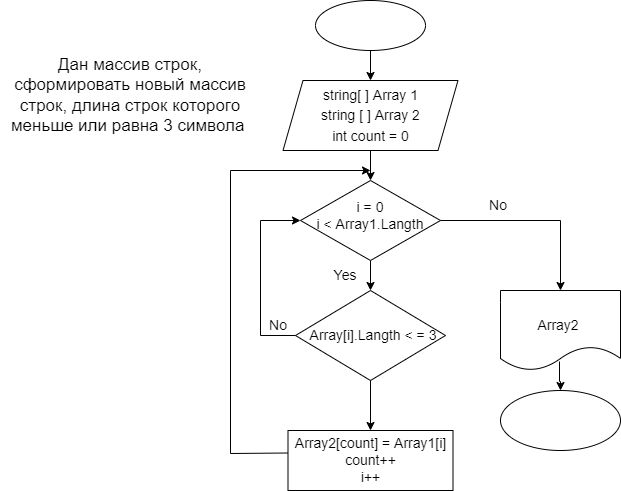
Above: Control_work.png in polinka29/Control_work (draw.io), before the change. Source tidied: cells renumbered, new cells last; positions are measured from the earlier drawing's top-left corner, leaving out a move shared by most shapes.
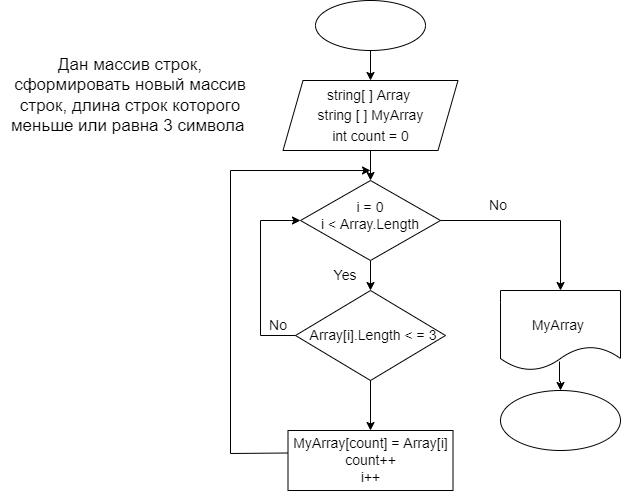
The same diagram one commit later.

Commit message:
Блок схема

What changed in the source:
```diff
@@ -22,7 +22,7 @@
     <mxCell id="7" style="shape=parallelogram;perimeter=parallelogramPerimeter;whiteSpace=wrap;html=1;fixedSize=1;fontSize=17;" parent="1" vertex="1">
       <mxGeometry x="282.5" y="80" width="175" height="70" as="geometry" />
     </mxCell>
-    <mxCell id="8" value="&lt;font style=&quot;font-size: 14px;&quot;&gt;string[ ] Array 1&lt;br&gt;string [ ] Array 2&lt;br&gt;int count = 0&lt;/font&gt;" style="text;html=1;strokeColor=none;fillColor=none;align=center;verticalAlign=middle;whiteSpace=wrap;rounded=0;fontSize=17;" parent="1" vertex="1">
+    <mxCell id="8" value="&lt;font style=&quot;font-size: 14px;&quot;&gt;string[ ] Array &lt;br&gt;string [ ] MyArray&lt;br&gt;int count = 0&lt;/font&gt;" style="text;html=1;strokeColor=none;fillColor=none;align=center;verticalAlign=middle;whiteSpace=wrap;rounded=0;fontSize=17;" parent="1" vertex="1">
       <mxGeometry x="307.5" y="100" width="125" height="30" as="geometry" />
     </mxCell>
     <mxCell id="9" style="edgeStyle=orthogonalEdgeStyle;rounded=0;jettySize=auto;html=1;fontSize=14;" parent="1" edge="1" source="10" target="13">
@@ -31,7 +31,7 @@
     <mxCell id="10" style="rhombus;whiteSpace=wrap;html=1;fontSize=14;" parent="1" vertex="1">
       <mxGeometry x="300" y="180" width="140" height="80" as="geometry" />
     </mxCell>
-    <mxCell id="11" value="i = 0&lt;br&gt;i &amp;lt; Array1.Langth" style="text;html=1;strokeColor=none;fillColor=none;align=center;verticalAlign=middle;whiteSpace=wrap;rounded=0;fontSize=14;" parent="1" vertex="1">
+    <mxCell id="11" value="i = 0&lt;br&gt;i &amp;lt; Array.Length" style="text;html=1;strokeColor=none;fillColor=none;align=center;verticalAlign=middle;whiteSpace=wrap;rounded=0;fontSize=14;" parent="1" vertex="1">
       <mxGeometry x="315" y="200" width="110" height="30" as="geometry" />
     </mxCell>
     <mxCell id="12" style="edgeStyle=orthogonalEdgeStyle;rounded=0;jettySize=auto;html=1;fontSize=14;" parent="1" edge="1" source="13">
@@ -42,7 +42,7 @@
     <mxCell id="13" style="rhombus;whiteSpace=wrap;html=1;fontSize=14;" parent="1" vertex="1">
       <mxGeometry x="295" y="290" width="150" height="90" as="geometry" />
     </mxCell>
-    <mxCell id="14" value="Array[i].Langth &amp;lt; = 3" style="text;html=1;strokeColor=none;fillColor=none;align=center;verticalAlign=middle;whiteSpace=wrap;rounded=0;fontSize=14;" parent="1" vertex="1">
+    <mxCell id="14" value="Array[i].Length &amp;lt; = 3" style="text;html=1;strokeColor=none;fillColor=none;align=center;verticalAlign=middle;whiteSpace=wrap;rounded=0;fontSize=14;" parent="1" vertex="1">
       <mxGeometry x="307.5" y="320" width="130" height="30" as="geometry" />
     </mxCell>
     <mxCell id="15" value="Yes" style="text;html=1;strokeColor=none;fillColor=none;align=center;verticalAlign=middle;whiteSpace=wrap;rounded=0;fontSize=14;" parent="1" vertex="1">
@@ -65,7 +65,7 @@
         </Array>
       </mxGeometry>
     </mxCell>
-    <mxCell id="19" value="Array2" style="text;html=1;strokeColor=none;fillColor=none;align=center;verticalAlign=middle;whiteSpace=wrap;rounded=0;fontSize=14;" parent="1" vertex="1">
+    <mxCell id="19" value="MyArray" style="text;html=1;strokeColor=none;fillColor=none;align=center;verticalAlign=middle;whiteSpace=wrap;rounded=0;fontSize=14;" parent="1" vertex="1">
       <mxGeometry x="527.5" y="310" width="60" height="30" as="geometry" />
     </mxCell>
     <mxCell id="20" value="No" style="text;html=1;strokeColor=none;fillColor=none;align=center;verticalAlign=middle;whiteSpace=wrap;rounded=0;fontSize=14;" parent="1" vertex="1">
@@ -74,7 +74,7 @@
     <mxCell id="21" style="rounded=0;whiteSpace=wrap;html=1;fontSize=14;" parent="1" vertex="1">
       <mxGeometry x="287.5" y="430" width="165" height="60" as="geometry" />
     </mxCell>
-    <mxCell id="22" value="Array2[count] = Array1[i]&lt;br&gt;count++&lt;br&gt;i++" style="text;html=1;strokeColor=none;fillColor=none;align=center;verticalAlign=middle;whiteSpace=wrap;rounded=0;fontSize=14;" parent="1" vertex="1">
+    <mxCell id="22" value="MyArray[count] = Array[i]&lt;br&gt;count++&lt;br&gt;i++" style="text;html=1;strokeColor=none;fillColor=none;align=center;verticalAlign=middle;whiteSpace=wrap;rounded=0;fontSize=14;" parent="1" vertex="1">
       <mxGeometry x="287.5" y="445" width="165" height="30" as="geometry" />
     </mxCell>
     <mxCell id="23" style="endArrow=classic;html=1;rounded=0;fontSize=14;exitX=0;exitY=0.5;exitDx=0;exitDy=0;entryX=0;entryY=0.5;entryDx=0;entryDy=0;" parent="1" edge="1" source="13" target="10">
```
